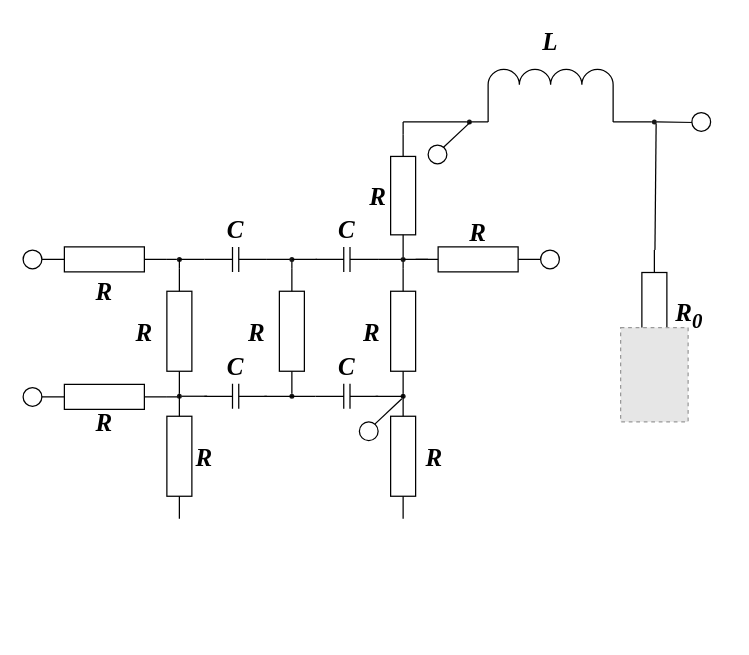
mt-perform/schematics keeps this draw.io diagram as MULTISTAGE IMPULSE GENERATOR.drawio. Above is the earlier version. Source tidied: cells renumbered, new cells numbered last; positions are measured from the earlier drawing's top-left corner, leaving out a move shared by most shapes. Both pictures are drawn from the tidied source at 125%, with x=0, y=0 at pixel (22, 21). Pictures stored in the file or linked from it are replaced by grey dashed boxes.
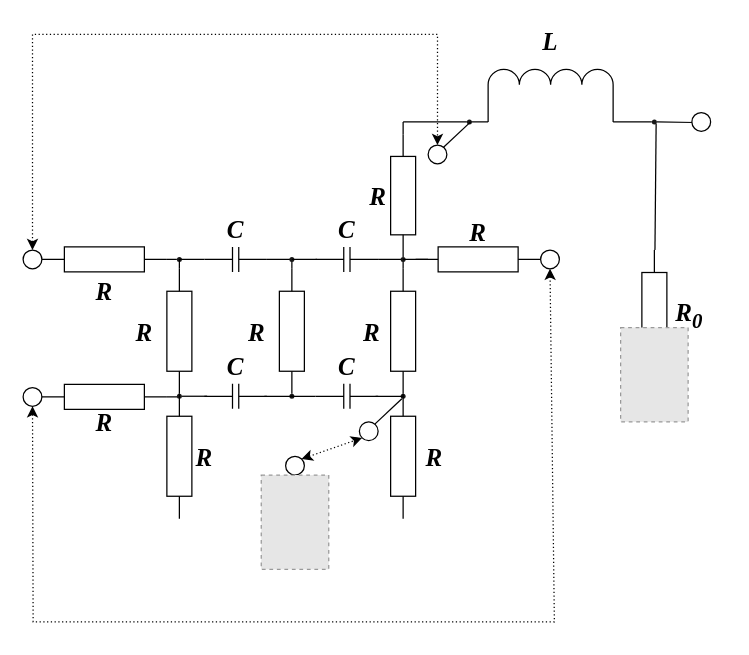
The same diagram, later.

Commit message:
MULTISTAGE IMPULSE GENERATOR.drawio を更新します

Unchanged cells that the change refers to:
```xml
<mxCell id="3" style="verticalLabelPosition=bottom;shadow=0;dashed=0;align=center;html=1;verticalAlign=top;strokeWidth=1;shape=ellipse;perimeter=ellipsePerimeter;fontSize=20;direction=south;fontStyle=3;fontFamily=Times New Roman;" parent="1" vertex="1">
  <mxGeometry x="269" y="320" width="15" height="15" as="geometry" />
</mxCell>
<mxCell id="5" style="verticalLabelPosition=bottom;shadow=0;dashed=0;align=center;html=1;verticalAlign=top;strokeWidth=1;shape=ellipse;perimeter=ellipsePerimeter;fontSize=20;fontStyle=3;fontFamily=Times New Roman;" parent="1" vertex="1">
  <mxGeometry y="182.5" width="15" height="15" as="geometry" />
</mxCell>
<mxCell id="7" style="verticalLabelPosition=bottom;shadow=0;dashed=0;align=center;html=1;verticalAlign=top;strokeWidth=1;shape=ellipse;perimeter=ellipsePerimeter;fontSize=20;fontStyle=3;fontFamily=Times New Roman;" parent="1" vertex="1">
  <mxGeometry y="292.5" width="15" height="15" as="geometry" />
</mxCell>
<mxCell id="38" style="verticalLabelPosition=bottom;shadow=0;dashed=0;align=center;html=1;verticalAlign=top;strokeWidth=1;shape=ellipse;perimeter=ellipsePerimeter;fontSize=20;direction=south;fontStyle=3;fontFamily=Times New Roman;" parent="1" vertex="1">
  <mxGeometry x="414" y="182.5" width="15" height="15" as="geometry" />
</mxCell>
<mxCell id="49" style="verticalLabelPosition=bottom;shadow=0;dashed=0;align=center;html=1;verticalAlign=top;strokeWidth=1;shape=ellipse;perimeter=ellipsePerimeter;fontSize=20;fontStyle=3;fontFamily=Times New Roman;" parent="47" vertex="1">
  <mxGeometry y="18.5" width="15" height="15" as="geometry" />
</mxCell>
```

The edit, as a diff of the source:
```diff
@@
+    <mxCell id="72" style="edgeStyle=orthogonalEdgeStyle;rounded=0;jettySize=auto;html=1;exitX=0.5;exitY=0;exitDx=0;exitDy=0;entryX=0.5;entryY=0;entryDx=0;entryDy=0;dashed=1;dashPattern=1 2;startArrow=classic;startFill=1;endArrow=classic;endFill=1;" parent="1" edge="1" source="5" target="49">
+      <mxGeometry relative="1" as="geometry">
+        <Array as="points">
+          <mxPoint x="8" y="10" />
+          <mxPoint x="332" y="10" />
+        </Array>
+      </mxGeometry>
+    </mxCell>
@@
+    <mxCell id="73" style="endArrow=none;html=1;rounded=0;fontSize=20;strokeWidth=1;jumpSize=1;" parent="1" edge="1">
+      <mxGeometry relative="1" as="geometry">
+        <mxPoint x="217.4" y="350" as="sourcePoint" />
+        <mxPoint x="217.4" y="397.5" as="targetPoint" />
+      </mxGeometry>
+    </mxCell>
+    <mxCell id="74" style="verticalLabelPosition=bottom;shadow=0;dashed=0;align=center;html=1;verticalAlign=top;strokeWidth=1;shape=ellipse;perimeter=ellipsePerimeter;fontSize=20;" parent="1" vertex="1">
+      <mxGeometry x="210" y="347.5" width="15" height="15" as="geometry" />
+    </mxCell>
+    <mxCell id="75" style="fillColor=#E6E6E6;strokeColor=#999999;dashed=1;verticalLabelPosition=bottom;labelBackgroundColor=#ffffff;verticalAlign=top;fontStyle=3;fontFamily=Times New Roman;" parent="1" vertex="1">
+      <mxGeometry x="190.5" y="362.5" width="54" height="75.5" as="geometry" />
+    </mxCell>
+    <mxCell id="76" style="endArrow=classic;startArrow=classic;html=1;rounded=0;entryX=0.5;entryY=1;entryDx=0;entryDy=0;exitX=1;exitY=0.5;exitDx=0;exitDy=0;dashed=1;dashPattern=1 2;" parent="1" edge="1" source="38" target="7">
+      <mxGeometry relative="1" as="geometry">
+        <Array as="points">
+          <mxPoint x="425" y="480" />
+          <mxPoint x="8" y="480" />
+        </Array>
+      </mxGeometry>
+    </mxCell>
+    <mxCell id="77" style="endArrow=classic;startArrow=classic;html=1;rounded=0;dashed=1;dashPattern=1 2;entryX=1;entryY=1;entryDx=0;entryDy=0;exitX=1;exitY=0;exitDx=0;exitDy=0;" parent="1" edge="1" source="74" target="3">
+      <mxGeometry relative="1" as="geometry" />
+    </mxCell>
```
